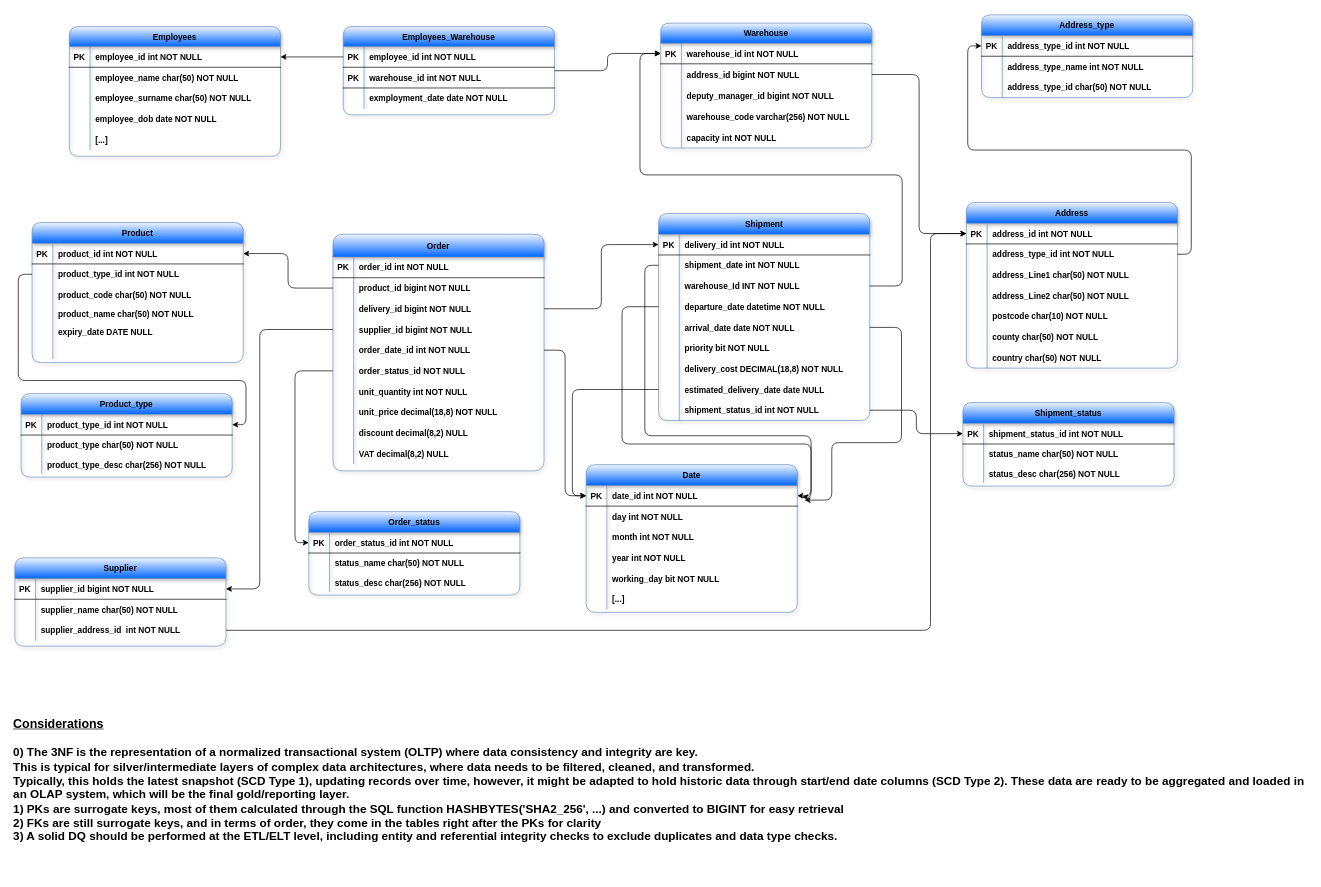
Before: Logical Model – 3NF.drawio in RVerdesi/ModelExc_1, a draw.io diagram. Source tidied: cells renumbered, new cells numbered last; positions are measured from the earlier drawing's top-left corner, leaving out a move shared by most shapes. Both pictures are drawn from the tidied source at 69%, with x=0, y=0 at pixel (12, 14).
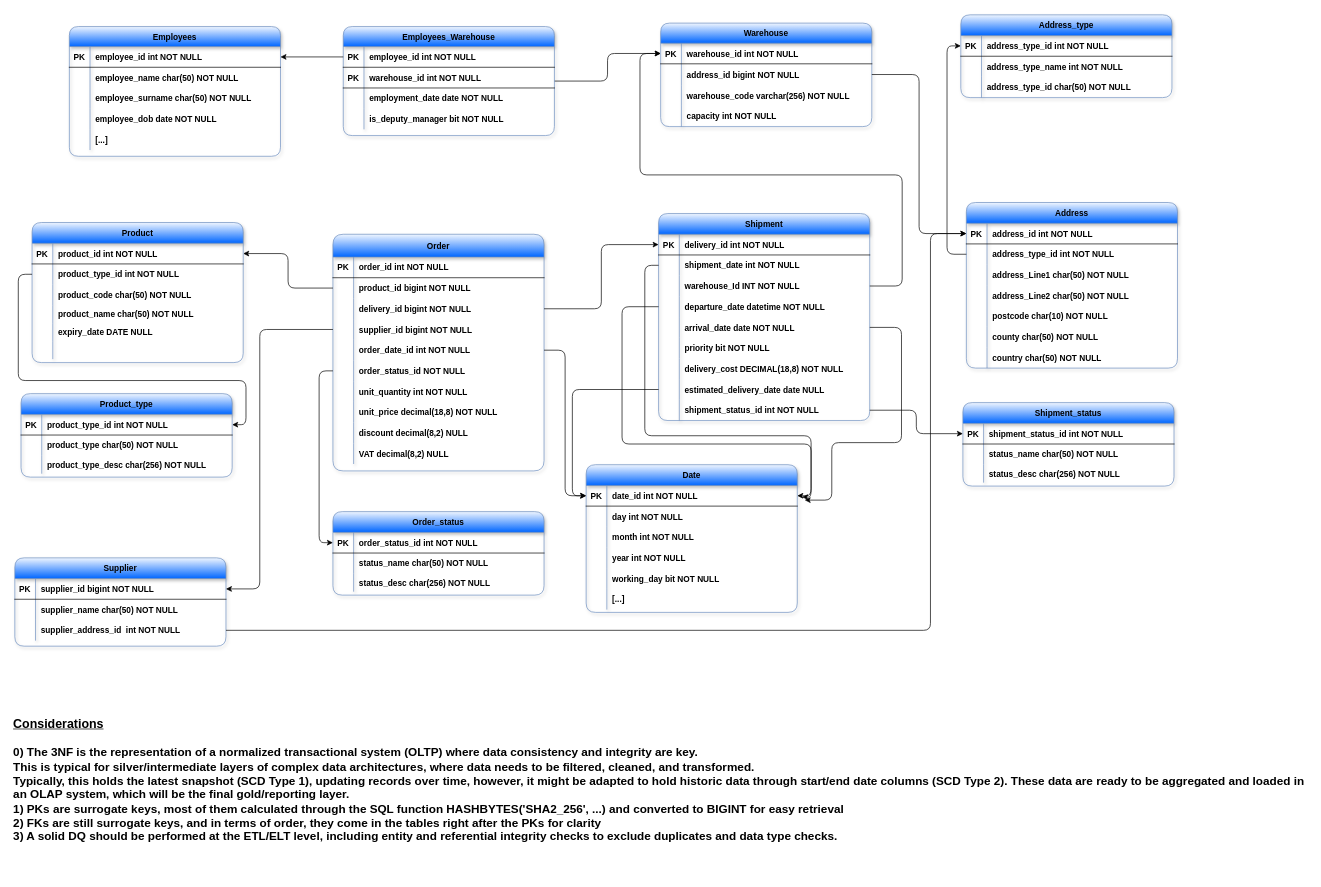
The same page after the edit.

Unchanged cells that the change refers to:
```xml
<mxCell id="226" style="shape=partialRectangle;fillColor=none;top=0;left=0;right=0;bottom=0;fontStyle=1;rounded=1;" parent="219" vertex="1">
  <mxGeometry y="89" width="306" height="30" as="geometry" />
</mxCell>
```

The edit, as a diff of the source:
```diff
@@
     <mxCell id="158" value="Warehouse" style="shape=table;startSize=29;childLayout=tableLayout;rowLines=0;align=center;fillColor=#f0f6ff;strokeColor=#6c8ebf;fontStyle=1;gradientColor=#0066FF;rounded=1;shadow=1;" parent="1" vertex="1">
-      <mxGeometry x="940" y="12" width="306" height="181" as="geometry" />
+      <mxGeometry x="940" y="12" width="306" height="150" as="geometry" />
     </mxCell>
@@
-    <mxCell id="165" style="shape=partialRectangle;fillColor=none;top=0;left=0;right=0;bottom=0;fontStyle=1;rounded=1;" parent="158" vertex="1">
-      <mxGeometry y="90" width="306" height="31" as="geometry" />
-    </mxCell>
-    <mxCell id="166" style="shape=partialRectangle;overflow=hidden;fillColor=none;top=0;left=0;bottom=0;right=0;fontStyle=1;rounded=1;" parent="165" vertex="1">
-      <mxGeometry width="30" height="31" as="geometry" />
-    </mxCell>
-    <mxCell id="167" value="deputy_manager_id bigint NOT NULL" style="shape=partialRectangle;overflow=hidden;fillColor=none;top=0;left=0;bottom=0;right=0;align=left;spacingLeft=6;fontStyle=1;rounded=1;" parent="165" vertex="1">
-      <mxGeometry x="30" width="276" height="31" as="geometry" />
-    </mxCell>
     <mxCell id="168" style="shape=partialRectangle;fillColor=none;top=0;left=0;right=0;bottom=0;fontStyle=1;rounded=1;" parent="158" vertex="1">
-      <mxGeometry y="121" width="306" height="30" as="geometry" />
+      <mxGeometry y="90" width="306" height="30" as="geometry" />
     </mxCell>
@@
     <mxCell id="171" style="shape=partialRectangle;fillColor=none;top=0;left=0;right=0;bottom=0;fontStyle=1;rounded=1;" parent="158" vertex="1">
-      <mxGeometry y="151" width="306" height="30" as="geometry" />
+      <mxGeometry y="120" width="306" height="30" as="geometry" />
     </mxCell>
@@
     <mxCell id="174" value="Address_type" style="shape=table;startSize=30;childLayout=tableLayout;rowLines=0;align=center;fillColor=#f0f6ff;strokeColor=#6c8ebf;fontStyle=1;gradientColor=#0066FF;rounded=1;shadow=1;" parent="1" vertex="1">
-      <mxGeometry x="1405" width="306" height="120" as="geometry" />
+      <mxGeometry x="1375" width="306" height="120" as="geometry" />
     </mxCell>
@@
     <mxCell id="190" value="Order_status" style="shape=table;startSize=30;childLayout=tableLayout;rowLines=0;align=center;fillColor=#f0f6ff;strokeColor=#6c8ebf;fontStyle=1;gradientColor=#0066FF;rounded=1;shadow=1;" parent="1" vertex="1">
-      <mxGeometry x="430" y="720" width="306" height="121" as="geometry" />
+      <mxGeometry x="465" y="720" width="306" height="121" as="geometry" />
     </mxCell>
@@
     <mxCell id="219" value="Employees_Warehouse" style="shape=table;startSize=29;childLayout=tableLayout;rowLines=0;align=center;fillColor=#f0f6ff;strokeColor=#6c8ebf;fontStyle=1;gradientColor=#0066FF;rounded=1;shadow=1;" parent="1" vertex="1">
-      <mxGeometry x="480" y="17" width="306" height="128" as="geometry" />
+      <mxGeometry x="480" y="17" width="306" height="158" as="geometry" />
     </mxCell>
@@
-    <mxCell id="228" value="exmployment_date date NOT NULL" style="shape=partialRectangle;overflow=hidden;fillColor=none;top=0;left=0;bottom=0;right=0;align=left;spacingLeft=6;fontStyle=1;rounded=1;" parent="226" vertex="1">
+    <mxCell id="228" value="employment_date date NOT NULL" style="shape=partialRectangle;overflow=hidden;fillColor=none;top=0;left=0;bottom=0;right=0;align=left;spacingLeft=6;fontStyle=1;rounded=1;" parent="226" vertex="1">
       <mxGeometry x="30" width="276" height="30" as="geometry" />
     </mxCell>
+    <mxCell id="231" style="shape=partialRectangle;fillColor=none;top=0;left=0;right=0;bottom=0;fontStyle=1;rounded=1;" parent="219" vertex="1">
+      <mxGeometry y="119" width="306" height="30" as="geometry" />
+    </mxCell>
+    <mxCell id="232" style="shape=partialRectangle;overflow=hidden;fillColor=none;top=0;left=0;bottom=0;right=0;fontStyle=1;rounded=1;" parent="231" vertex="1">
+      <mxGeometry width="30" height="30" as="geometry" />
+    </mxCell>
+    <mxCell id="233" value="is_deputy_manager bit NOT NULL" style="shape=partialRectangle;overflow=hidden;fillColor=none;top=0;left=0;bottom=0;right=0;align=left;spacingLeft=6;fontStyle=1;rounded=1;" parent="231" vertex="1">
+      <mxGeometry x="30" width="276" height="30" as="geometry" />
+    </mxCell>
```
